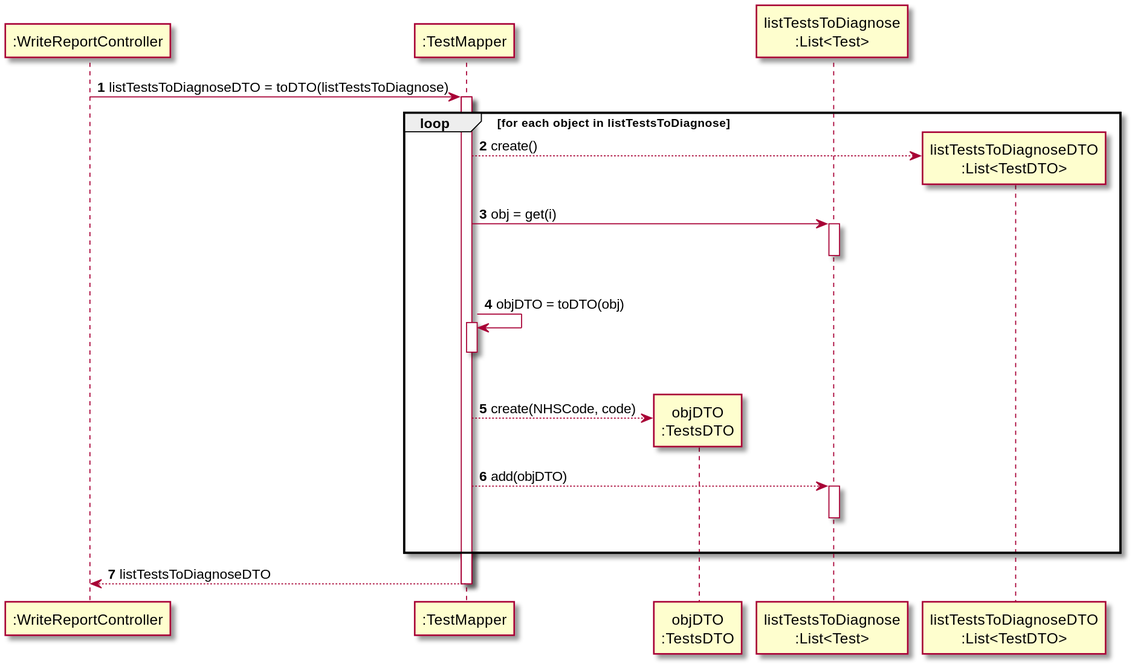
Before: docs/SprintC/US_14/US014_SD_TestMapper_toDTO_List.svg, a diagram exported from PlantUML (ana-albergaria/LAPR2-ISEP).
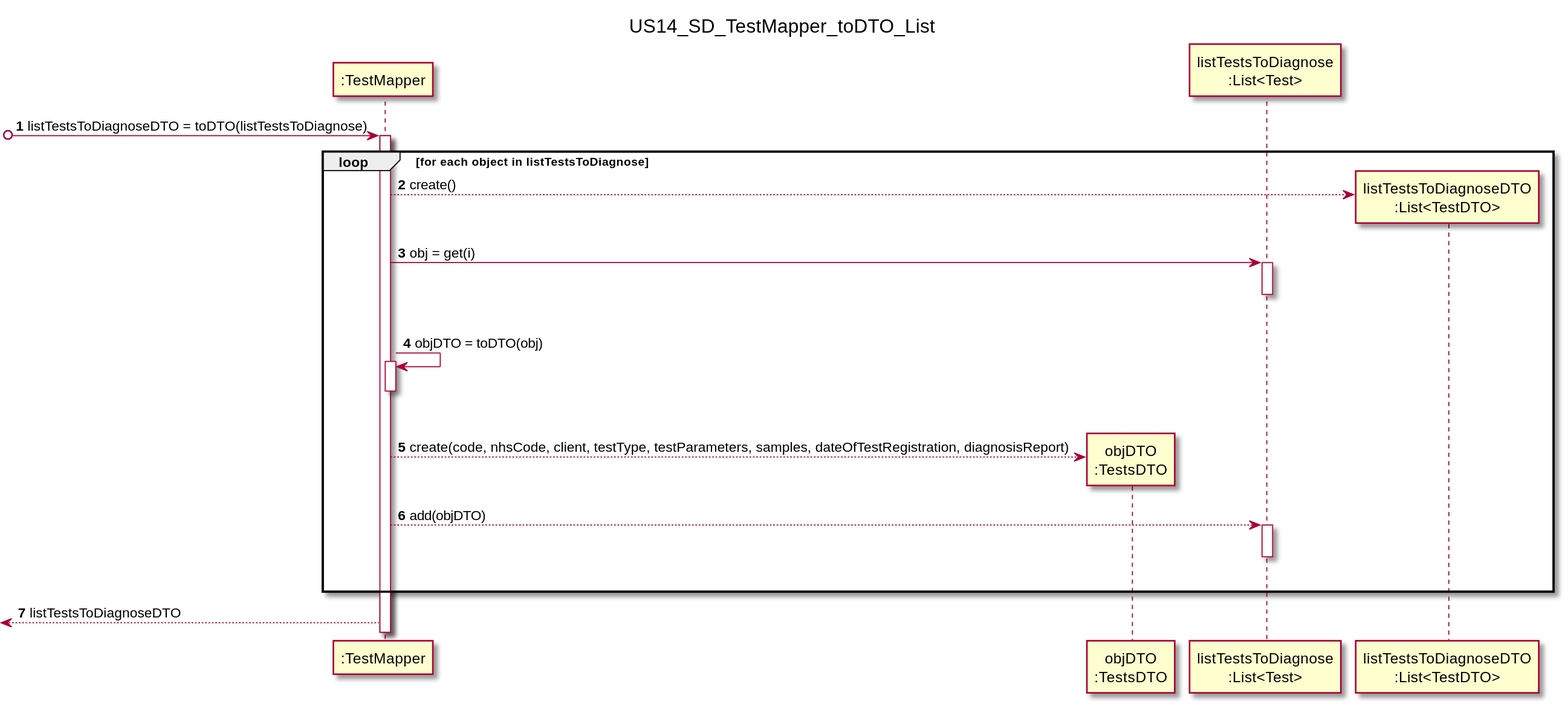
After the change.

The edit, as a diff of the source:
```diff
@@ -1,13 +1,13 @@
 @startuml
+title US14_SD_TestMapper_toDTO_List
 autonumber
 
-participant ":WriteReportController" as CTRL
 participant ":TestMapper" as TSTMAPPER
 participant "objDTO\n:TestsDTO" as OBJ_DTO
 participant "listTestsToDiagnose\n:List<Test>" as LT
 participant "listTestsToDiagnoseDTO\n:List<TestDTO>" as LIST_DTO
 
-CTRL -> TSTMAPPER : listTestsToDiagnoseDTO = toDTO(listTestsToDiagnose)
+[o-> TSTMAPPER : listTestsToDiagnoseDTO = toDTO(listTestsToDiagnose)
 activate TSTMAPPER
 
 loop for each object in listTestsToDiagnose
@@ -22,7 +22,7 @@
 |||
 deactivate TSTMAPPER
 
-TSTMAPPER --> OBJ_DTO** : create(NHSCode, code)
+TSTMAPPER --> OBJ_DTO** : create(code, nhsCode, client, testType, testParameters, samples, dateOfTestRegistration, diagnosisReport)
 
 TSTMAPPER --> LT : add(objDTO)
 activate LT
@@ -30,7 +30,6 @@
 deactivate LT
 end
 
-TSTMAPPER --> CTRL : listTestsToDiagnoseDTO
-deactivate TSTMAPPER
+[<-- TSTMAPPER : listTestsToDiagnoseDTO
 
 @enduml
```
